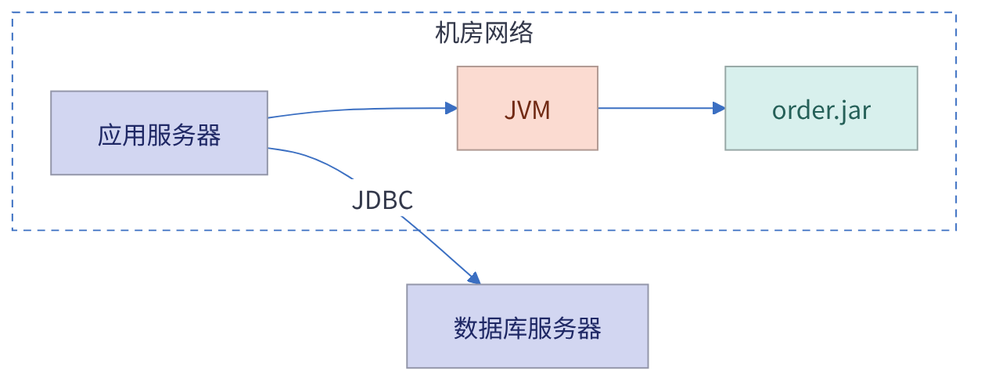
huang-hee/diagram-kit keeps this Mermaid diagram as docs/assets/uml_deploy.png. Above is the earlier version. Its source is kept beside it as docs/assets/uml_deploy.mmd. Source of this version:
```mermaid
---
config:
  theme: base
  fontFamily: "PingFang SC, Microsoft YaHei, Noto Sans CJK SC, Source Han Sans SC, sans-serif"
  themeVariables:
    background: "#FFFFFF"
    primaryColor: "#FFFFFF"
    primaryBorderColor: "#3B6FC2"
    primaryTextColor: "#33384A"
    nodeTextColor: "#33384A"
    secondaryColor: "#FBDBD1"
    tertiaryColor: "#EBF1F9"
    lineColor: "#3B6FC2"
    textColor: "#33384A"
    clusterBkg: "#EBF1F9"
    clusterBorder: "#3B6FC2"
    edgeLabelBackground: "#FFFFFF"
    titleColor: "#33384A"
    noteBkgColor: "#FFF6CE"
    noteBorderColor: "#A6A086"
    noteTextColor: "#33384A"
---
flowchart LR
  subgraph DC[机房网络]
    N1[应用服务器]:::device
    E1[JVM]:::env
    A1[order.jar]:::artifact
  end
  N2[数据库服务器]:::device
  N1 --> E1 --> A1
  N1 -- JDBC --> N2
  class DC zone
classDef device fill:#D2D6F1,stroke:#9396A9,color:#1F2865
classDef env fill:#FBDBD1,stroke:#B09992,color:#712A14
classDef artifact fill:#D8F0ED,stroke:#97A8A6,color:#256058
classDef zone fill:#FFFFFF,stroke:#3B6FC2,color:#33384A,stroke-dasharray:5 4
```
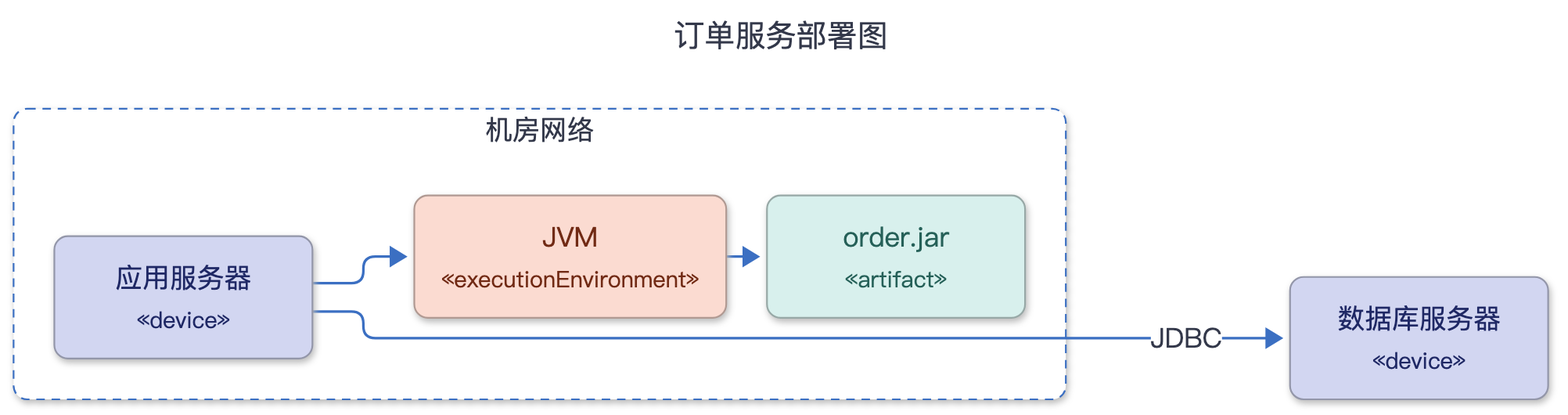
The same diagram one commit later.

The edit, as a diff of the source:
```diff
@@ -1,7 +1,14 @@
 ---
+title: "订单服务部署图"
 config:
   theme: base
   fontFamily: "PingFang SC, Microsoft YaHei, Noto Sans CJK SC, Source Han Sans SC, sans-serif"
+  flowchart:
+    curve: "step"
+    nodeSpacing: 50
+    rankSpacing: 60
+    padding: 12
+    wrappingWidth: 300
   themeVariables:
     background: "#FFFFFF"
     primaryColor: "#FFFFFF"
@@ -22,15 +29,16 @@
 ---
 flowchart LR
   subgraph DC[机房网络]
-    N1[应用服务器]:::device
-    E1[JVM]:::env
-    A1[order.jar]:::artifact
+    N1["应用服务器<br><small>«device»</small>"]:::device
+    E1["JVM<br><small>«executionEnvironment»</small>"]:::env
+    A1["order.jar<br><small>«artifact»</small>"]:::artifact
   end
-  N2[数据库服务器]:::device
+  N2["数据库服务器<br><small>«device»</small>"]:::device
   N1 --> E1 --> A1
   N1 -- JDBC --> N2
   class DC zone
-classDef device fill:#D2D6F1,stroke:#9396A9,color:#1F2865
-classDef env fill:#FBDBD1,stroke:#B09992,color:#712A14
-classDef artifact fill:#D8F0ED,stroke:#97A8A6,color:#256058
-classDef zone fill:#FFFFFF,stroke:#3B6FC2,color:#33384A,stroke-dasharray:5 4
+classDef device fill:#D2D6F1,stroke:#9396A9,color:#1F2865,rx:8,ry:8
+classDef env fill:#FBDBD1,stroke:#B09992,color:#712A14,rx:8,ry:8
+classDef artifact fill:#D8F0ED,stroke:#97A8A6,color:#256058,rx:8,ry:8
+classDef zone fill:#FFFFFF,stroke:#3B6FC2,color:#33384A,stroke-dasharray:5 4,rx:8,ry:8
+linkStyle default stroke-width:1.5px
```
